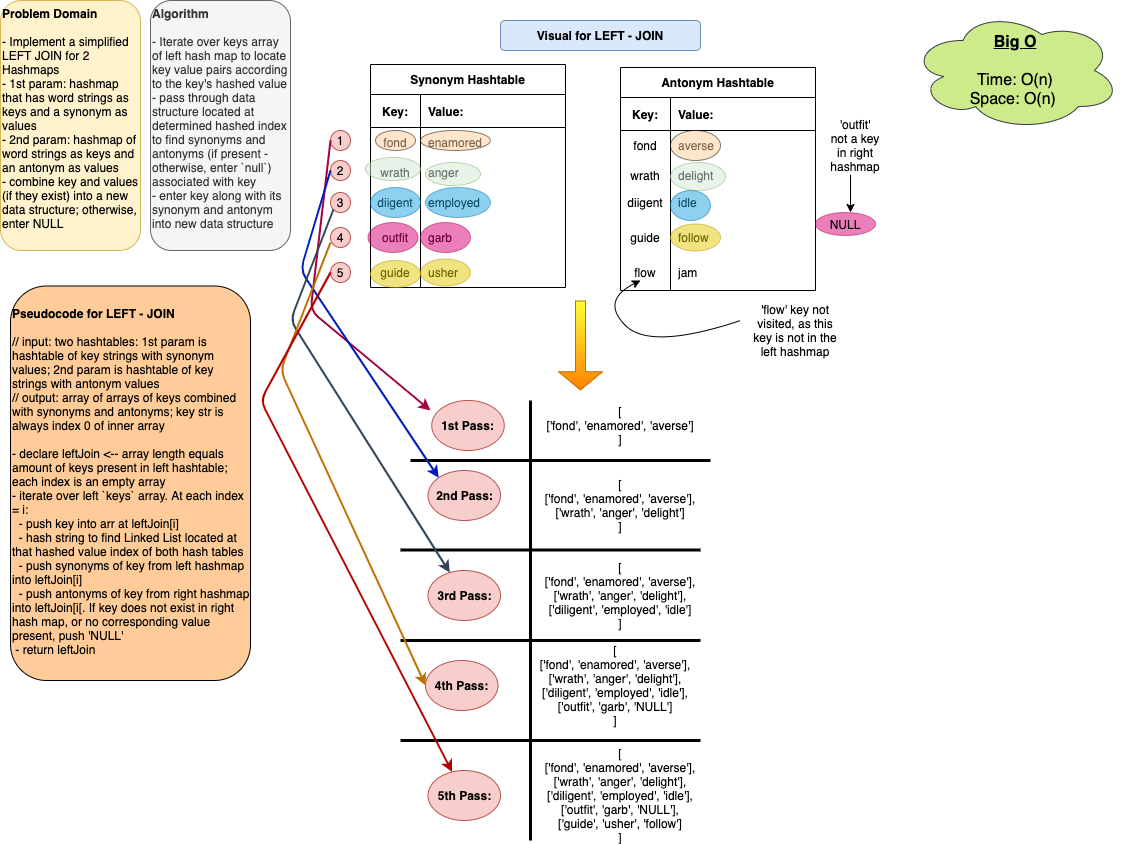
The draw.io diagram javascript/code-challenges/leftJoin/assets/left-join.drawio.png in dcalhoun286/data-structures-and-algorithms, before a commit. Source tidied: cells renumbered, new cells last; positions are measured from the earlier drawing's top-left corner, leaving out a move shared by most shapes.
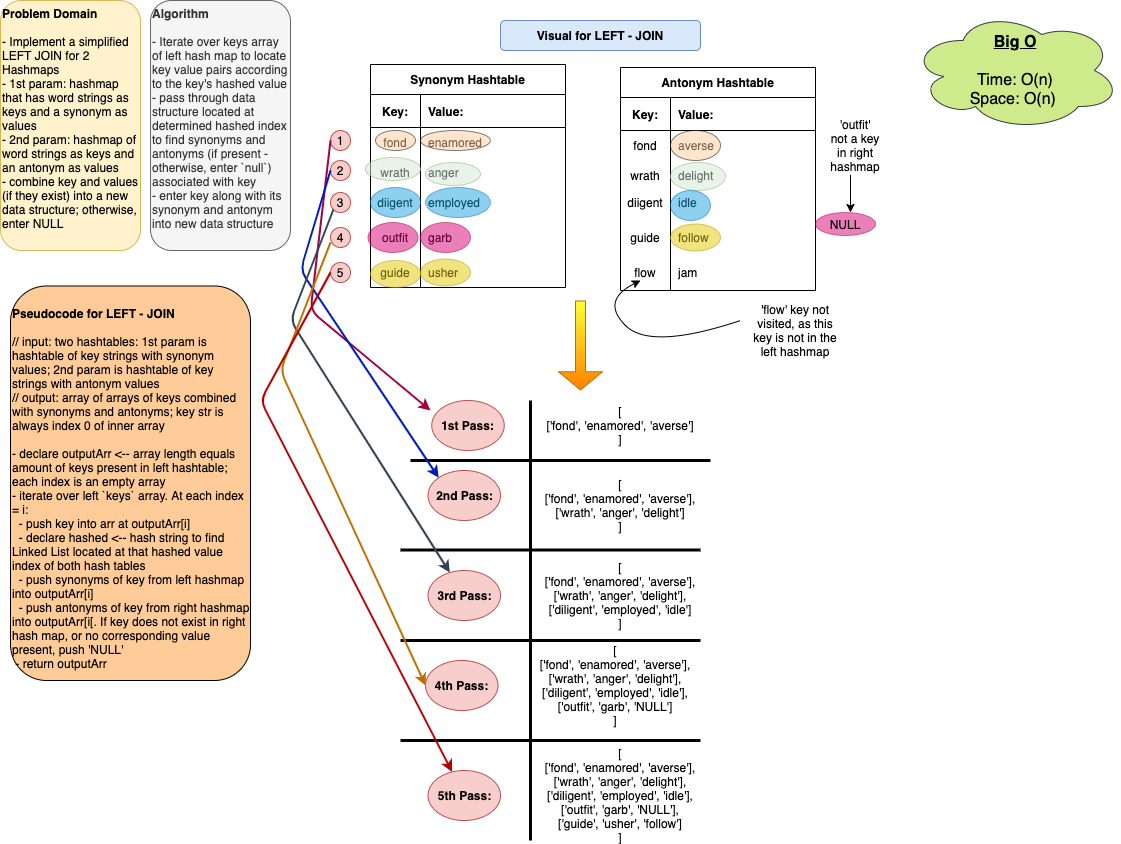
Later version of the same file.

Change to the diagram source:
```diff
@@ -294,7 +294,7 @@
         </Array>
       </mxGeometry>
     </mxCell>
-    <mxCell id="82" value="&lt;b&gt;&lt;br&gt;Pseudocode for LEFT - JOIN&lt;br&gt;&lt;/b&gt;&lt;br&gt;// input: two hashtables: 1st param is hashtable of key strings with synonym values; 2nd param is hashtable of key strings with antonym values&lt;br&gt;// output: array of arrays of keys combined with synonyms and antonyms; key str is always index 0 of inner array&lt;br&gt;&lt;br&gt;- declare leftJoin &amp;lt;-- array length equals amount of keys present in left hashtable; each index is an empty array&lt;br&gt;- iterate over left `keys` array. At each index = i:&lt;br&gt;&amp;nbsp; - push key into arr at leftJoin[i]&lt;br&gt;&amp;nbsp; - hash string to find Linked List located at that hashed value index of both hash tables&lt;br&gt;&amp;nbsp; - push synonyms of key from left hashmap into leftJoin[i]&lt;br&gt;&amp;nbsp; - push antonyms of key from right hashmap into leftJoin[i[. If key does not exist in right hash map, or no corresponding value present, push 'NULL'&lt;br&gt;&amp;nbsp;- return leftJoin&amp;nbsp;&lt;br&gt;" style="rounded=1;whiteSpace=wrap;html=1;fillColor=#FFCC99;align=left;verticalAlign=top;" parent="1" vertex="1">
+    <mxCell id="82" value="&lt;b&gt;&lt;br&gt;Pseudocode for LEFT - JOIN&lt;br&gt;&lt;/b&gt;&lt;br&gt;// input: two hashtables: 1st param is hashtable of key strings with synonym values; 2nd param is hashtable of key strings with antonym values&lt;br&gt;// output: array of arrays of keys combined with synonyms and antonyms; key str is always index 0 of inner array&lt;br&gt;&lt;br&gt;- declare outputArr &amp;lt;-- array length equals amount of keys present in left hashtable; each index is an empty array&lt;br&gt;- iterate over left `keys` array. At each index = i:&lt;br&gt;&amp;nbsp; - push key into arr at outputArr[i]&lt;br&gt;&amp;nbsp; - declare hashed &amp;lt;-- hash string to find Linked List located at that hashed value index of both hash tables&lt;br&gt;&amp;nbsp; - push synonyms of key from left hashmap into outputArr[i]&lt;br&gt;&amp;nbsp; - push antonyms of key from right hashmap into outputArr[i[. If key does not exist in right hash map, or no corresponding value present, push 'NULL'&lt;br&gt;&amp;nbsp;- return outputArr&amp;nbsp;" style="rounded=1;whiteSpace=wrap;html=1;fillColor=#FFCC99;align=left;verticalAlign=top;" parent="1" vertex="1">
       <mxGeometry x="10" y="285.5" width="240" height="394.5" as="geometry" />
     </mxCell>
     <mxCell id="83" value="&lt;font size=&quot;1&quot;&gt;&lt;span style=&quot;font-size: 16px&quot;&gt;&lt;u style=&quot;font-weight: bold&quot;&gt;Big O&lt;/u&gt;&lt;br&gt;&lt;br&gt;Time: O(n)&lt;br&gt;Space: O(n)&amp;nbsp;&lt;br&gt;&lt;/span&gt;&lt;/font&gt;" style="ellipse;shape=cloud;whiteSpace=wrap;html=1;fillColor=#cdeb8b;strokeColor=#36393d;" parent="1" vertex="1">
```
